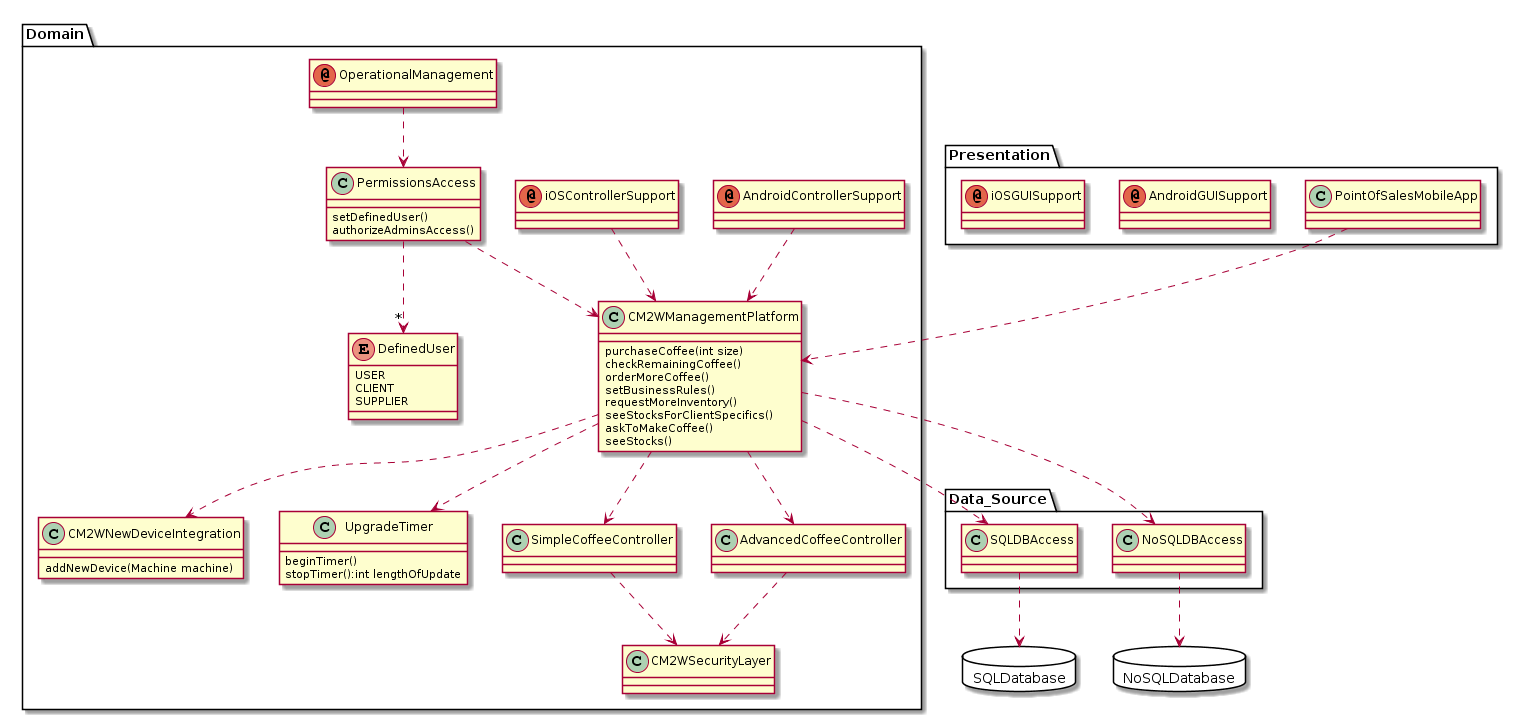
This is docs/images/DomainModelMethods.png from dgruninger97/Project, a PlantUML export, as it was before one commit.
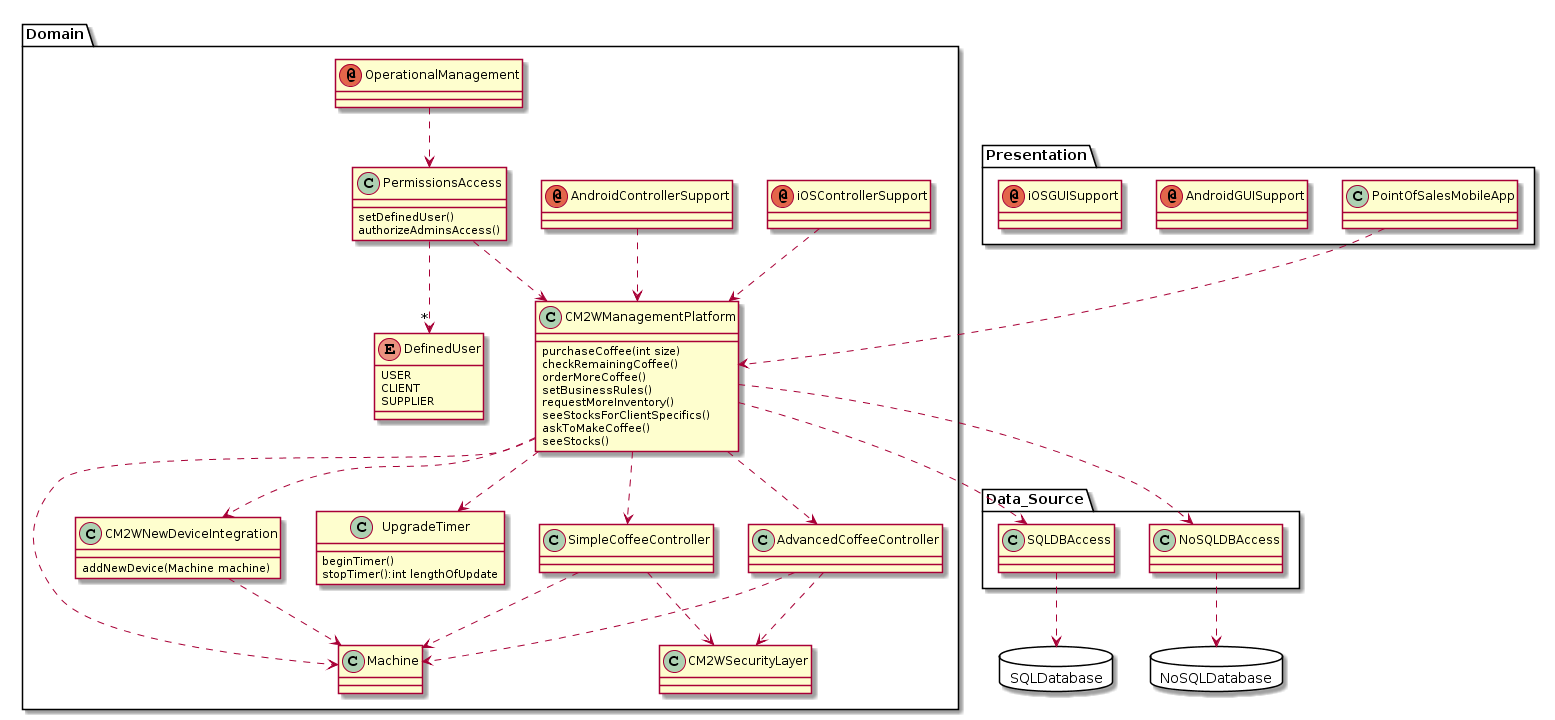
The same diagram one commit later.

Commit message:
Started iteration 3, minor modification to part 2

The edit, as a diff of the source:
```diff
@@ -62,4 +62,8 @@
 Domain.PermissionsAccess ..>"*" Domain.DefinedUser
 Data_Source.SQLDBAccess ..> SQLDatabase
 Data_Source.NoSQLDBAccess ..> NoSQLDatabase
+Domain.CM2WManagementPlatform ..> Domain.Machine
+Domain.SimpleCoffeeController ..> Domain.Machine
+Domain.AdvancedCoffeeController ..> Domain.Machine
+Domain.CM2WNewDeviceIntegration ..> Domain.Machine
 @enduml
```
